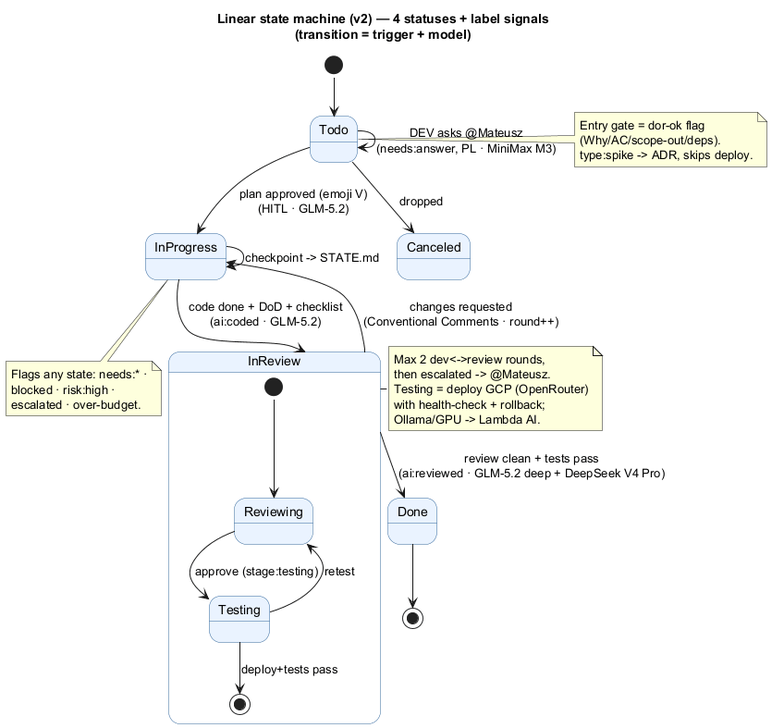
This is docs/diagrams/01_linear_state_machine.png from joint-hubs/linear-agents, a PlantUML export, as it was before one commit. Source of this version:
```plantuml
@startuml
!pragma layout smetana
title Linear state machine (v2) — 4 statuses + label signals\n(transition = trigger + model)

skinparam state {
  BackgroundColor #EAF3FF
  BorderColor #336699
  FontName Helvetica
}

[*] --> Todo

Todo --> Todo : DEV asks @Mateusz\n(needs:answer, PL · MiniMax M3)
Todo --> InProgress : plan approved (emoji V)\n(HITL · GLM-5.2)
Todo --> Canceled : dropped
InProgress --> InReview : code done + DoD + checklist\n(ai:coded · GLM-5.2)
InProgress --> InProgress : checkpoint -> STATE.md
InReview --> InProgress : changes requested\n(Conventional Comments · round++)
InReview --> Done : review clean + tests pass\n(ai:reviewed · GLM-5.2 deep + DeepSeek V4 Pro)
Done --> [*]

state InReview {
  [*] --> Reviewing
  Reviewing --> Testing : approve (stage:testing)
  Testing --> [*] : deploy+tests pass
  Testing --> Reviewing : retest
}

note right of Todo
  Entry gate = dor-ok flag
  (Why/AC/scope-out/deps).
  type:spike -> ADR, skips deploy.
end note

note right of InReview
  Max 2 dev<->review rounds,
  then escalated -> @Mateusz.
  Testing = deploy GCP (OpenRouter)
  with health-check + rollback;
  Ollama/GPU -> Lambda AI.
end note

note bottom of InProgress
  Flags any state: needs:* ·
  blocked · risk:high ·
  escalated · over-budget.
end note
@enduml
```
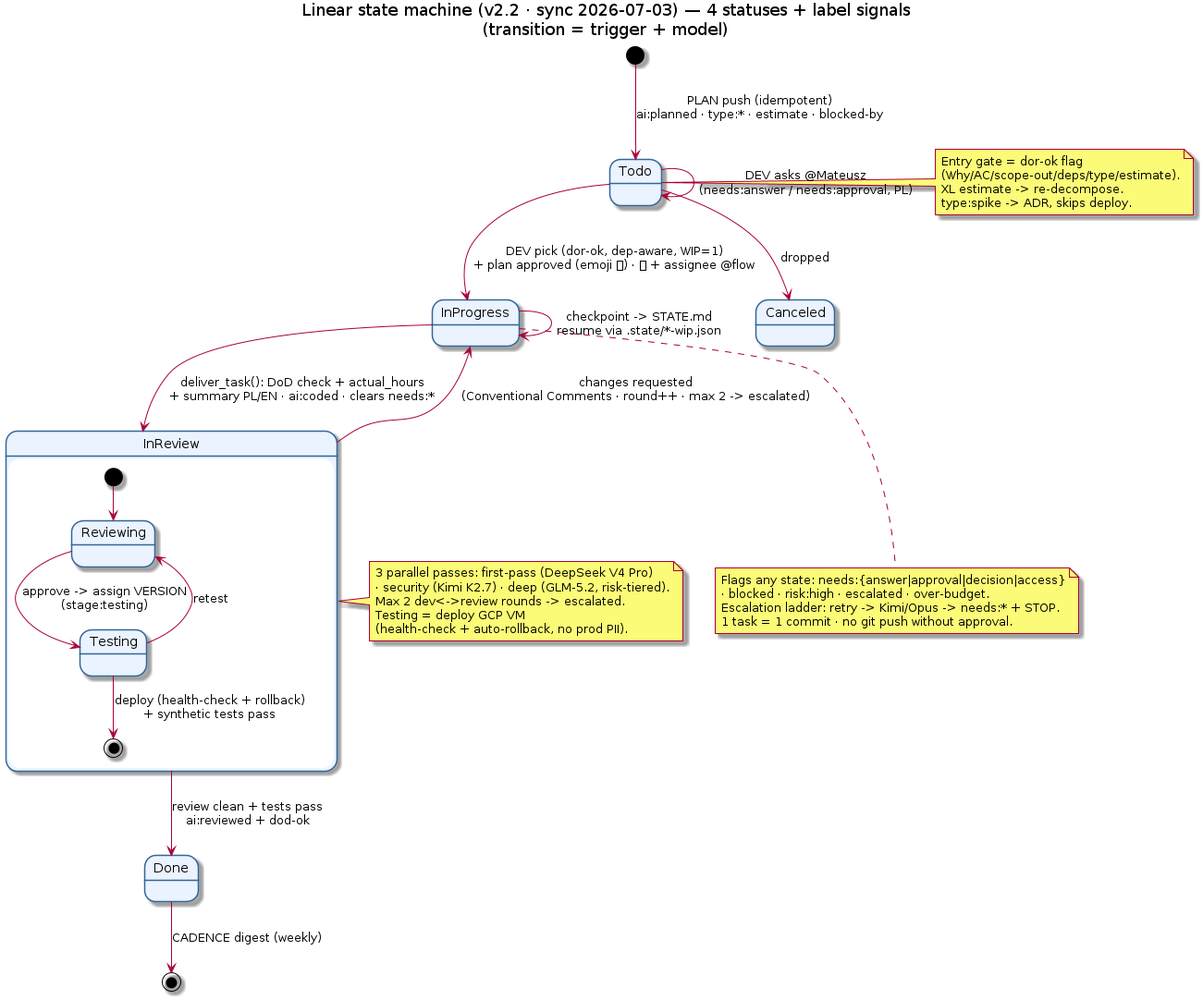
Above is the later version.

Commit message:
docs(diagrams): update overview and state machine to v2.2

The edit, as a diff of the source:
```diff
@@ -1,6 +1,6 @@
 @startuml
 !pragma layout smetana
-title Linear state machine (v2) — 4 statuses + label signals\n(transition = trigger + model)
+title Linear state machine (v2.2 · sync 2026-07-03) — 4 statuses + label signals\n(transition = trigger + model)
 
 skinparam state {
   BackgroundColor #EAF3FF
@@ -8,41 +8,43 @@
   FontName Helvetica
 }
 
-[*] --> Todo
+[*] --> Todo : PLAN push (idempotent)\nai:planned · type:* · estimate · blocked-by
 
-Todo --> Todo : DEV asks @Mateusz\n(needs:answer, PL · MiniMax M3)
-Todo --> InProgress : plan approved (emoji V)\n(HITL · GLM-5.2)
+Todo --> Todo : DEV asks @Mateusz\n(needs:answer / needs:approval, PL)
+Todo --> InProgress : DEV pick (dor-ok, dep-aware, WIP=1)\n+ plan approved (emoji ✅) · 👀 + assignee @flow
 Todo --> Canceled : dropped
-InProgress --> InReview : code done + DoD + checklist\n(ai:coded · GLM-5.2)
-InProgress --> InProgress : checkpoint -> STATE.md
-InReview --> InProgress : changes requested\n(Conventional Comments · round++)
-InReview --> Done : review clean + tests pass\n(ai:reviewed · GLM-5.2 deep + DeepSeek V4 Pro)
-Done --> [*]
+InProgress --> InReview : deliver_task(): DoD check + actual_hours\n+ summary PL/EN · ai:coded · clears needs:*
+InProgress --> InProgress : checkpoint -> STATE.md\nresume via .state/*-wip.json
+InReview --> InProgress : changes requested\n(Conventional Comments · round++ · max 2 -> escalated)
+InReview --> Done : review clean + tests pass\nai:reviewed + dod-ok
+Done --> [*] : CADENCE digest (weekly)
 
 state InReview {
   [*] --> Reviewing
-  Reviewing --> Testing : approve (stage:testing)
-  Testing --> [*] : deploy+tests pass
+  Reviewing --> Testing : approve -> assign VERSION\n(stage:testing)
+  Testing --> [*] : deploy (health-check + rollback)\n+ synthetic tests pass
   Testing --> Reviewing : retest
 }
 
 note right of Todo
   Entry gate = dor-ok flag
-  (Why/AC/scope-out/deps).
+  (Why/AC/scope-out/deps/type/estimate).
+  XL estimate -> re-decompose.
   type:spike -> ADR, skips deploy.
 end note
 
 note right of InReview
-  Max 2 dev<->review rounds,
-  then escalated -> @Mateusz.
-  Testing = deploy GCP (OpenRouter)
-  with health-check + rollback;
-  Ollama/GPU -> Lambda AI.
+  3 parallel passes: first-pass (DeepSeek V4 Pro)
+  · security (Kimi K2.7) · deep (GLM-5.2, risk-tiered).
+  Max 2 dev<->review rounds -> escalated.
+  Testing = deploy GCP VM
+  (health-check + auto-rollback, no prod PII).
 end note
 
 note bottom of InProgress
-  Flags any state: needs:* ·
-  blocked · risk:high ·
-  escalated · over-budget.
+  Flags any state: needs:{answer|approval|decision|access}
+  · blocked · risk:high · escalated · over-budget.
+  Escalation ladder: retry -> Kimi/Opus -> needs:* + STOP.
+  1 task = 1 commit · no git push without approval.
 end note
 @enduml
```
